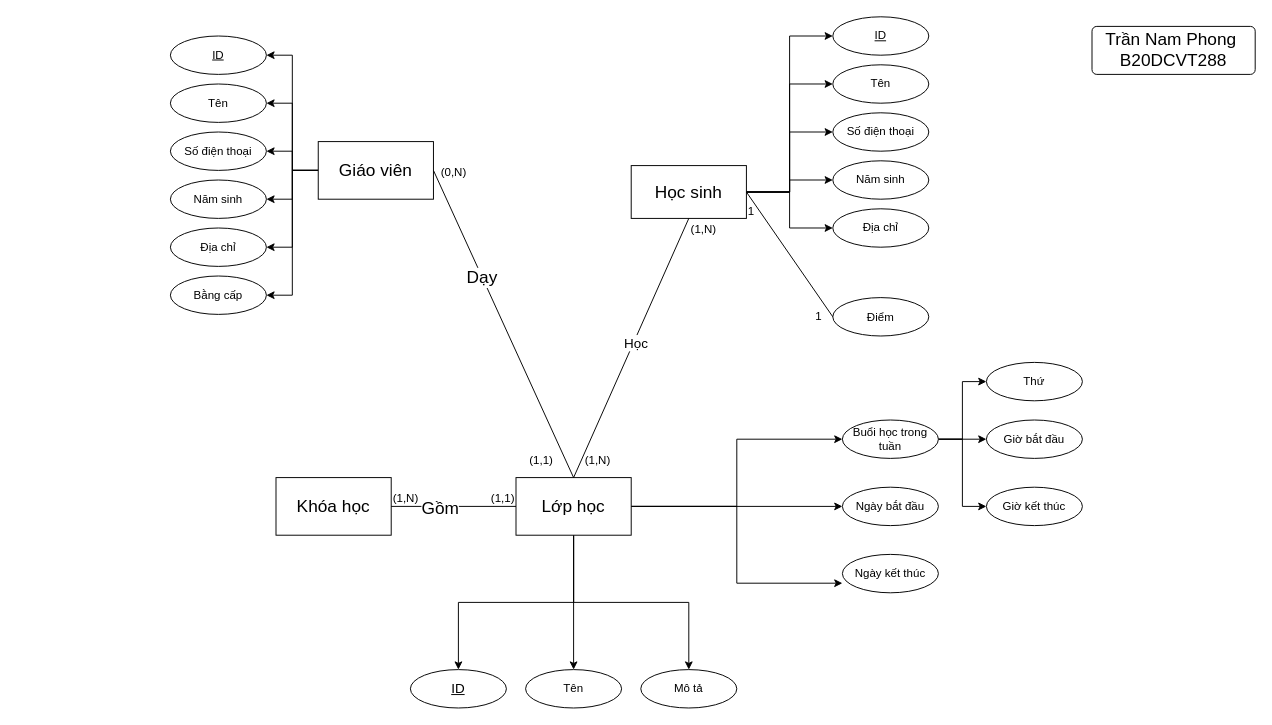
Before: Biểu đồ không có tiêu đề.drawio in Leon28Phongretzka/mysql-shop-dash, a draw.io diagram. Source tidied: cells renumbered, new cells numbered last; positions are measured from the earlier drawing's top-left corner, leaving out a move shared by most shapes. Both pictures are drawn from the tidied source at 96%, with x=0, y=0 at pixel (170, 16).
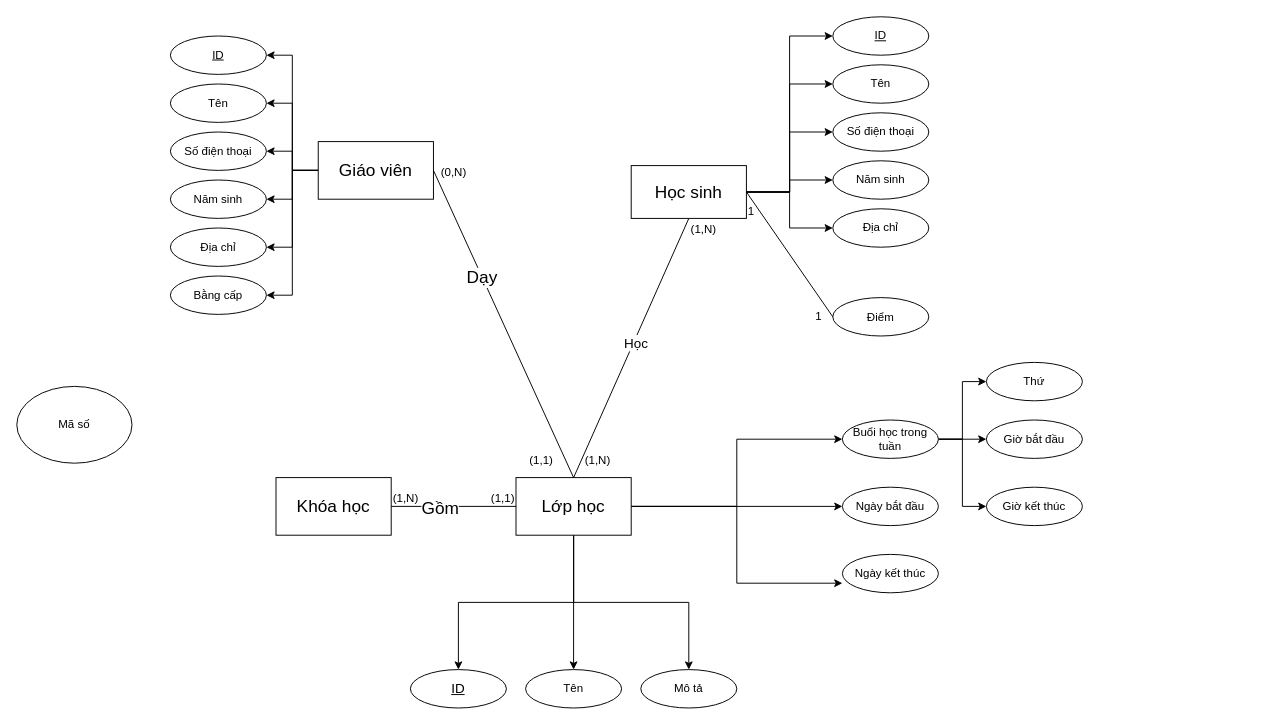
The same page after the edit.

What changed in the source:
```diff
@@
-    <mxCell id="62" value="&lt;font style=&quot;font-size: 18px;&quot;&gt;Trần Nam Phong&amp;nbsp;&lt;br&gt;B20DCVT288&lt;/font&gt;" style="rounded=1;arcSize=10;whiteSpace=wrap;html=1;align=center;" parent="1" vertex="1">
-      <mxGeometry x="960" y="10" width="170" height="50" as="geometry" />
-    </mxCell>
+    <mxCell id="63" value="Mã số" style="ellipse;whiteSpace=wrap;html=1;" parent="1" vertex="1">
+      <mxGeometry x="-160" y="385" width="120" height="80" as="geometry" />
+    </mxCell>
```
